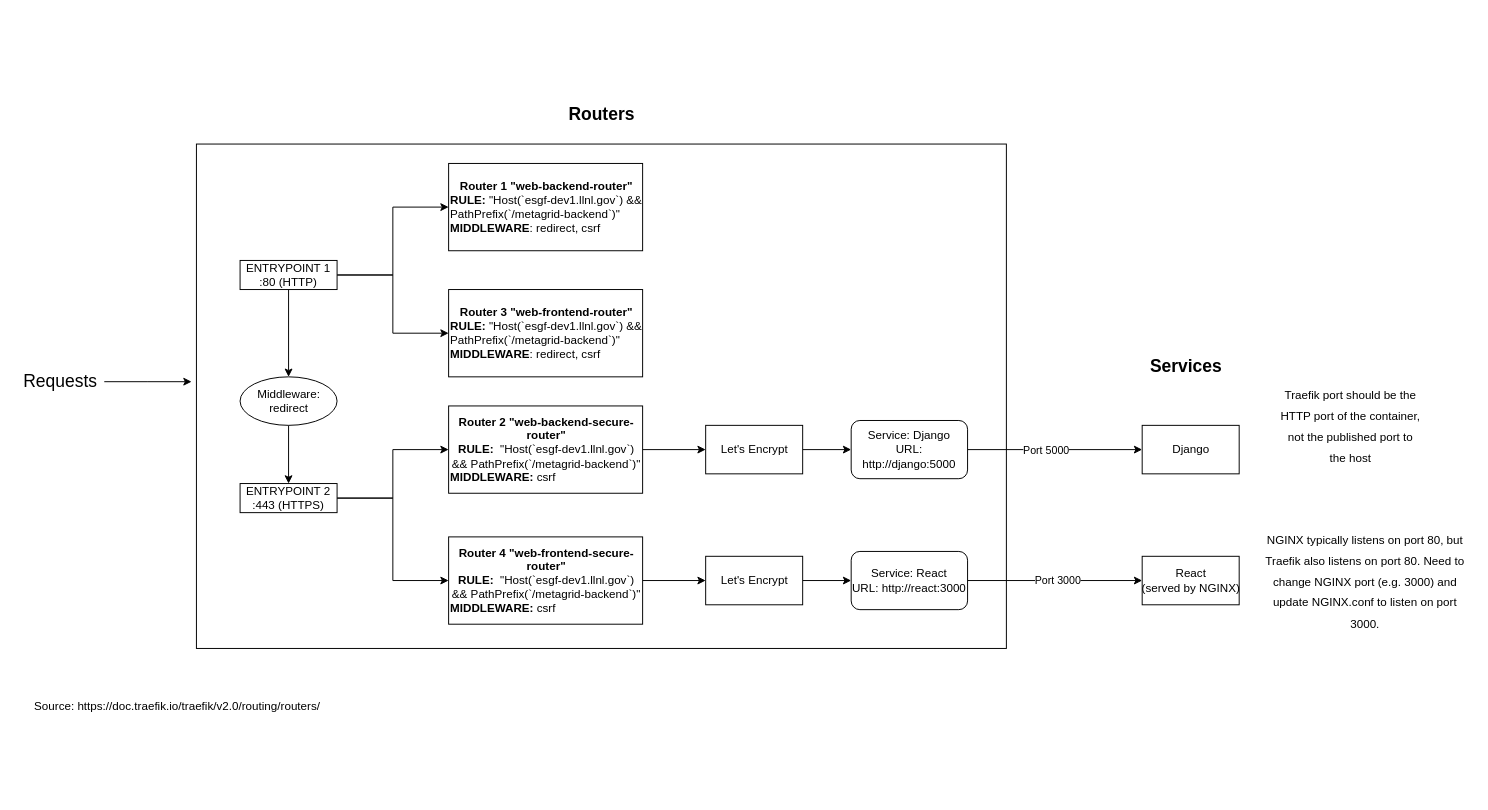
tomvothecoder/drawio keeps this draw.io diagram as MetaGrid/Architecture Diagrams/Traefik Proxy.drawio. Above is the earlier version. Source tidied: cells renumbered, new cells numbered last; positions are measured from the earlier drawing's top-left corner, leaving out a move shared by most shapes. Both pictures are drawn from the tidied source at 97%, with x=0, y=0 at pixel (16, 105).
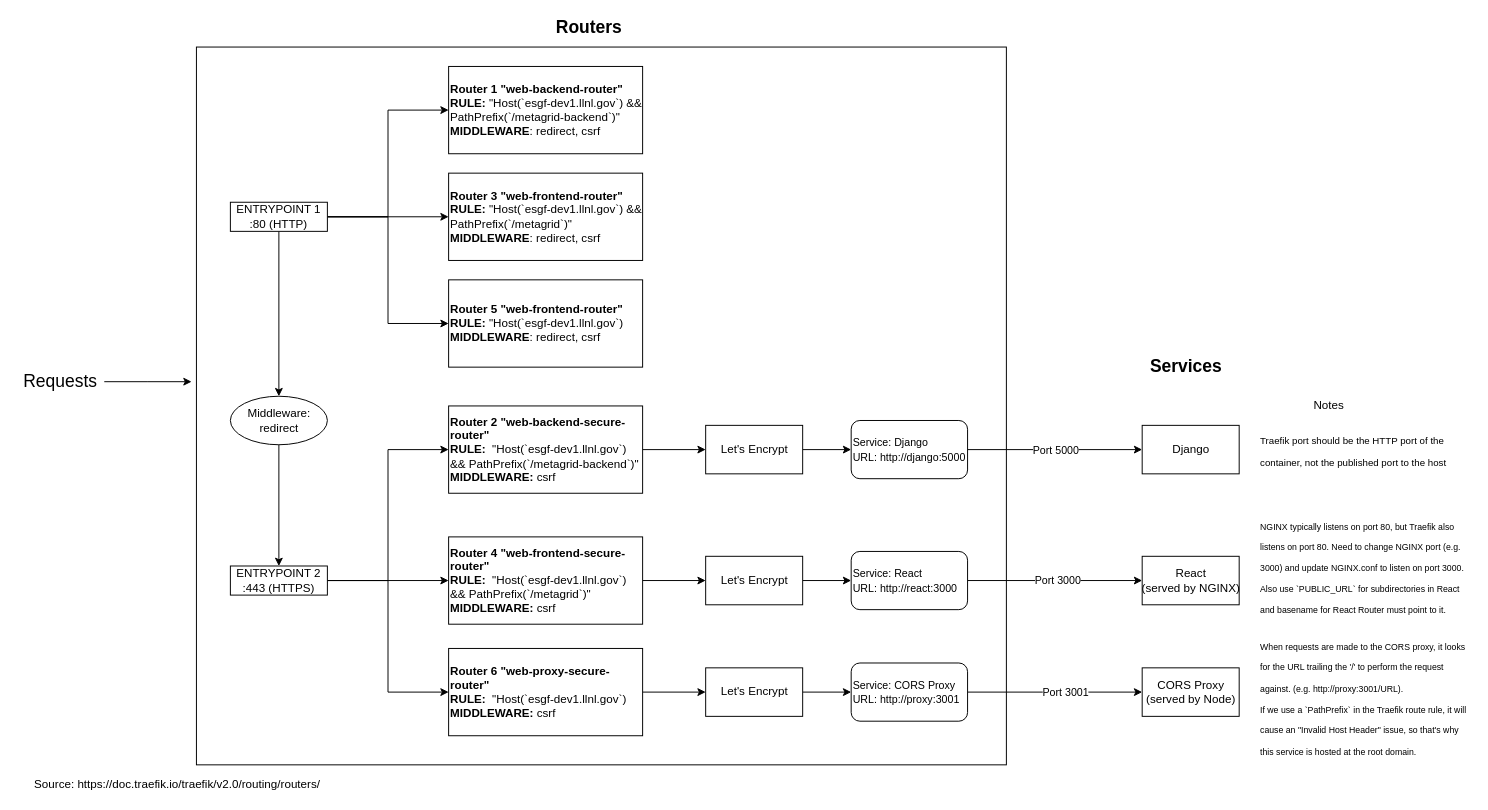
The same diagram, later.

Commit message:
Update Traefik Proxy diagram

Unchanged cells that the change refers to:
```xml
<mxCell id="20" style="edgeStyle=orthogonalEdgeStyle;rounded=0;jettySize=auto;html=1;exitX=1;exitY=0.5;exitDx=0;exitDy=0;" parent="1" edge="1" source="22" target="32">
  <mxGeometry relative="1" as="geometry" />
</mxCell>
```

Diff of the diagram source:
```diff
@@
     <mxCell id="2" style="rounded=0;whiteSpace=wrap;html=1;" parent="1" vertex="1">
-      <mxGeometry x="185" y="40" width="835" height="520" as="geometry" />
+      <mxGeometry x="185" y="-60" width="835" height="740" as="geometry" />
     </mxCell>
     <mxCell id="3" value="Routers" style="text;html=1;strokeColor=none;fillColor=none;align=center;verticalAlign=middle;whiteSpace=wrap;rounded=0;fontStyle=1;fontSize=18;" parent="1" vertex="1">
-      <mxGeometry x="582.5" width="40" height="20" as="geometry" />
+      <mxGeometry x="570" y="-90" width="40" height="20" as="geometry" />
     </mxCell>
@@
     <mxCell id="5" style="edgeStyle=orthogonalEdgeStyle;rounded=0;jettySize=auto;html=1;" parent="1" edge="1" source="7" target="17">
-      <mxGeometry relative="1" as="geometry" />
+      <mxGeometry relative="1" as="geometry">
+        <Array as="points">
+          <mxPoint x="380" y="115" />
+          <mxPoint x="380" y="115" />
+        </Array>
+      </mxGeometry>
     </mxCell>
@@
+    <mxCell id="37" style="edgeStyle=orthogonalEdgeStyle;rounded=0;jettySize=auto;html=1;entryX=0;entryY=0.5;entryDx=0;entryDy=0;" parent="1" edge="1" source="7" target="39">
+      <mxGeometry relative="1" as="geometry" />
+    </mxCell>
     <mxCell id="7" value="ENTRYPOINT 1&lt;br&gt;:80 (HTTP)" style="rounded=0;whiteSpace=wrap;html=1;" parent="1" vertex="1">
-      <mxGeometry x="230" y="160" width="100" height="30" as="geometry" />
+      <mxGeometry x="220" y="100" width="100" height="30" as="geometry" />
     </mxCell>
@@
+    <mxCell id="38" style="edgeStyle=orthogonalEdgeStyle;rounded=0;jettySize=auto;html=1;exitX=1;exitY=0.5;exitDx=0;exitDy=0;entryX=0;entryY=0.5;entryDx=0;entryDy=0;fontSize=12;" parent="1" edge="1" source="10" target="41">
+      <mxGeometry relative="1" as="geometry" />
+    </mxCell>
     <mxCell id="10" value="ENTRYPOINT 2&lt;br&gt;:443 (HTTPS)" style="rounded=0;whiteSpace=wrap;html=1;" parent="1" vertex="1">
-      <mxGeometry x="230" y="390" width="100" height="30" as="geometry" />
+      <mxGeometry x="220" y="475" width="100" height="30" as="geometry" />
     </mxCell>
@@
-    <mxCell id="13" value="&lt;div style=&quot;text-align: center&quot;&gt;&lt;span&gt;&lt;b&gt;Router 1 &quot;web-backend-router&quot;&lt;/b&gt;&lt;/span&gt;&lt;/div&gt;&lt;b&gt;RULE: &lt;/b&gt;&quot;Host(`esgf-dev1.llnl.gov`) &amp;amp;&amp;amp; PathPrefix(`/metagrid-backend`)&quot;&lt;br&gt;&lt;b&gt;MIDDLEWARE&lt;/b&gt;: redirect, csrf" style="rounded=0;whiteSpace=wrap;html=1;align=left;" parent="1" vertex="1">
-      <mxGeometry x="445" y="60" width="200" height="90" as="geometry" />
+    <mxCell id="13" value="&lt;div&gt;&lt;span&gt;&lt;b&gt;Router 1 &quot;web-backend-router&quot;&lt;/b&gt;&lt;/span&gt;&lt;/div&gt;&lt;b&gt;RULE: &lt;/b&gt;&quot;Host(`esgf-dev1.llnl.gov`) &amp;amp;&amp;amp; PathPrefix(`/metagrid-backend`)&quot;&lt;br&gt;&lt;b&gt;MIDDLEWARE&lt;/b&gt;: redirect, csrf" style="rounded=0;whiteSpace=wrap;html=1;align=left;" parent="1" vertex="1">
+      <mxGeometry x="445" y="-40" width="200" height="90" as="geometry" />
     </mxCell>
@@
-    <mxCell id="16" value="&lt;div style=&quot;text-align: center&quot;&gt;&lt;span&gt;&lt;b&gt;Router 2 &quot;web-backend-secure-router&quot;&lt;/b&gt;&lt;/span&gt;&lt;/div&gt;&lt;b&gt;&lt;div style=&quot;text-align: center&quot;&gt;&lt;b&gt;RULE:&amp;nbsp;&lt;/b&gt;&lt;span style=&quot;font-weight: normal&quot;&gt; &quot;Host(`esgf-dev1.llnl.gov`) &amp;amp;&amp;amp; PathPrefix(`/metagrid-backend`)&quot;&lt;/span&gt;&lt;/div&gt;&lt;/b&gt;&lt;b&gt;MIDDLEWARE:&lt;/b&gt; csrf" style="rounded=0;whiteSpace=wrap;html=1;align=left;" parent="1" vertex="1">
+    <mxCell id="16" value="&lt;div&gt;&lt;span&gt;&lt;b&gt;Router 2 &quot;web-backend-secure-router&quot;&lt;/b&gt;&lt;/span&gt;&lt;/div&gt;&lt;b&gt;&lt;div&gt;&lt;b&gt;RULE:&amp;nbsp;&lt;/b&gt;&lt;span style=&quot;font-weight: normal&quot;&gt; &quot;Host(`esgf-dev1.llnl.gov`) &amp;amp;&amp;amp; PathPrefix(`/metagrid-backend`)&quot;&lt;/span&gt;&lt;/div&gt;&lt;/b&gt;&lt;b&gt;MIDDLEWARE:&lt;/b&gt; csrf" style="rounded=0;whiteSpace=wrap;html=1;align=left;" parent="1" vertex="1">
       <mxGeometry x="445" y="310" width="200" height="90" as="geometry" />
     </mxCell>
-    <mxCell id="17" value="&lt;div style=&quot;text-align: center&quot;&gt;&lt;span&gt;&lt;b&gt;Router 3 &quot;web-frontend-router&quot;&lt;/b&gt;&lt;/span&gt;&lt;/div&gt;&lt;b&gt;RULE: &lt;/b&gt;&quot;Host(`esgf-dev1.llnl.gov`) &amp;amp;&amp;amp; PathPrefix(`/metagrid-backend`)&quot;&lt;br&gt;&lt;b&gt;MIDDLEWARE&lt;/b&gt;: redirect, csrf" style="rounded=0;whiteSpace=wrap;html=1;align=left;" parent="1" vertex="1">
-      <mxGeometry x="445" y="190" width="200" height="90" as="geometry" />
+    <mxCell id="17" value="&lt;div&gt;&lt;span&gt;&lt;b&gt;Router 3 &quot;web-frontend-router&quot;&lt;/b&gt;&lt;/span&gt;&lt;/div&gt;&lt;b&gt;RULE: &lt;/b&gt;&quot;Host(`esgf-dev1.llnl.gov`) &amp;amp;&amp;amp; PathPrefix(`/metagrid`)&quot;&lt;br&gt;&lt;b&gt;MIDDLEWARE&lt;/b&gt;: redirect, csrf" style="rounded=0;whiteSpace=wrap;html=1;align=left;" parent="1" vertex="1">
+      <mxGeometry x="445" y="70" width="200" height="90" as="geometry" />
     </mxCell>
@@
-    <mxCell id="19" value="&lt;div style=&quot;text-align: center&quot;&gt;&lt;span&gt;&lt;b&gt;Router 4 &quot;web-frontend-secure-router&quot;&lt;/b&gt;&lt;/span&gt;&lt;/div&gt;&lt;b&gt;&lt;div style=&quot;text-align: center&quot;&gt;&lt;b&gt;RULE:&amp;nbsp;&lt;/b&gt;&lt;span style=&quot;font-weight: normal&quot;&gt; &quot;Host(`esgf-dev1.llnl.gov`) &amp;amp;&amp;amp; PathPrefix(`/metagrid-backend`)&quot;&lt;/span&gt;&lt;/div&gt;&lt;/b&gt;&lt;b&gt;MIDDLEWARE:&lt;/b&gt; csrf" style="rounded=0;whiteSpace=wrap;html=1;align=left;" parent="1" vertex="1">
+    <mxCell id="19" value="&lt;div&gt;&lt;span&gt;&lt;b&gt;Router 4 &quot;web-frontend-secure-router&quot;&lt;/b&gt;&lt;/span&gt;&lt;/div&gt;&lt;b&gt;&lt;div&gt;&lt;b&gt;RULE:&amp;nbsp;&lt;/b&gt;&lt;span style=&quot;font-weight: normal&quot;&gt; &quot;Host(`esgf-dev1.llnl.gov`) &amp;amp;&amp;amp; PathPrefix(`/metagrid`)&quot;&lt;/span&gt;&lt;/div&gt;&lt;/b&gt;&lt;b&gt;MIDDLEWARE:&lt;/b&gt; csrf" style="rounded=0;whiteSpace=wrap;html=1;align=left;" parent="1" vertex="1">
       <mxGeometry x="445" y="445" width="200" height="90" as="geometry" />
     </mxCell>
@@
     <mxCell id="21" value="Port 5000" style="edgeLabel;html=1;align=center;verticalAlign=middle;" parent="20" vertex="1">
       <mxGeometry x="-0.26" y="-4" relative="1" as="geometry">
-        <mxPoint x="13" y="-4" as="offset" />
+        <mxPoint x="23.1" y="-4" as="offset" />
       </mxGeometry>
     </mxCell>
-    <mxCell id="22" value="Service: Django&lt;br&gt;URL: http://django:5000" style="rounded=1;whiteSpace=wrap;html=1;align=center;" parent="1" vertex="1">
+    <mxCell id="22" value="&lt;font style=&quot;font-size: 11px&quot;&gt;Service: Django&lt;br&gt;URL: http://django:5000&lt;/font&gt;" style="rounded=1;whiteSpace=wrap;html=1;align=left;" parent="1" vertex="1">
       <mxGeometry x="860" y="325" width="120" height="60" as="geometry" />
     </mxCell>
@@
-    <mxCell id="25" value="Service: React&lt;br&gt;URL: http://react:3000" style="rounded=1;whiteSpace=wrap;html=1;align=center;" parent="1" vertex="1">
+    <mxCell id="25" value="&lt;font style=&quot;font-size: 11px&quot;&gt;Service: React&lt;br&gt;URL: http://react:3000&lt;/font&gt;" style="rounded=1;whiteSpace=wrap;html=1;align=left;" parent="1" vertex="1">
       <mxGeometry x="860" y="460" width="120" height="60" as="geometry" />
     </mxCell>
@@
     <mxCell id="27" value="Middleware: &lt;br&gt;redirect" style="shape=ellipse;html=1;dashed=0;whitespace=wrap;perimeter=ellipsePerimeter;align=center;" parent="1" vertex="1">
-      <mxGeometry x="230" y="280" width="100" height="50" as="geometry" />
+      <mxGeometry x="220" y="300" width="100" height="50" as="geometry" />
     </mxCell>
@@
-    <mxCell id="34" value="&lt;font style=&quot;font-size: 12px&quot;&gt;Traefik port should be the HTTP port of the container, not the published port to the host&lt;/font&gt;" style="text;html=1;strokeColor=none;fillColor=none;align=center;verticalAlign=middle;whiteSpace=wrap;rounded=0;fontSize=18;" parent="1" vertex="1">
-      <mxGeometry x="1300" y="290" width="150" height="80" as="geometry" />
+    <mxCell id="34" value="&lt;font style=&quot;font-size: 10px&quot;&gt;Traefik port should be the HTTP port of the container, not the published port to the host&lt;/font&gt;" style="text;html=1;strokeColor=none;fillColor=none;align=left;verticalAlign=middle;whiteSpace=wrap;rounded=0;fontSize=18;" parent="1" vertex="1">
+      <mxGeometry x="1280" y="315" width="210" height="80" as="geometry" />
     </mxCell>
-    <mxCell id="35" value="&lt;font style=&quot;font-size: 12px&quot;&gt;NGINX typically listens on port 80, but Traefik also listens on port 80. Need to change NGINX port (e.g. 3000) and update NGINX.conf to listen on port 3000.&lt;/font&gt;" style="text;html=1;strokeColor=none;fillColor=none;align=center;verticalAlign=middle;whiteSpace=wrap;rounded=0;fontSize=18;" parent="1" vertex="1">
-      <mxGeometry x="1280" y="450" width="220" height="80" as="geometry" />
+    <mxCell id="35" value="&lt;font style=&quot;font-size: 9px&quot;&gt;NGINX typically listens on port 80, but Traefik also listens on port 80. Need to change NGINX port (e.g. 3000) and update NGINX.conf to listen on port 3000.&lt;br&gt;Also use `PUBLIC_URL` for subdirectories in React and basename for React Router must point to it.&lt;br&gt;&lt;/font&gt;" style="text;html=1;strokeColor=none;fillColor=none;align=left;verticalAlign=middle;whiteSpace=wrap;rounded=0;fontSize=18;" parent="1" vertex="1">
+      <mxGeometry x="1280" y="435" width="220" height="80" as="geometry" />
     </mxCell>
     <mxCell id="36" value="Source:&amp;nbsp;https://doc.traefik.io/traefik/v2.0/routing/routers/" style="text;html=1;align=center;verticalAlign=middle;" parent="1" vertex="1">
-      <mxGeometry x="10" y="610" width="310" height="20" as="geometry" />
+      <mxGeometry x="10" y="690" width="310" height="20" as="geometry" />
     </mxCell>
+    <mxCell id="39" value="&lt;div&gt;&lt;span&gt;&lt;b&gt;Router 5 &quot;web-frontend-router&quot;&lt;/b&gt;&lt;/span&gt;&lt;/div&gt;&lt;b&gt;RULE: &lt;/b&gt;&quot;Host(`esgf-dev1.llnl.gov`)&amp;nbsp;&lt;br&gt;&lt;b&gt;MIDDLEWARE&lt;/b&gt;: redirect, csrf" style="rounded=0;whiteSpace=wrap;html=1;align=left;" parent="1" vertex="1">
+      <mxGeometry x="445" y="180" width="200" height="90" as="geometry" />
+    </mxCell>
+    <mxCell id="40" style="edgeStyle=orthogonalEdgeStyle;rounded=0;jettySize=auto;html=1;exitX=1;exitY=0.5;exitDx=0;exitDy=0;" parent="1" edge="1" source="41" target="46">
+      <mxGeometry relative="1" as="geometry" />
+    </mxCell>
+    <mxCell id="41" value="&lt;div&gt;&lt;span&gt;&lt;b&gt;Router 6 &quot;web-proxy-secure-router&quot;&lt;/b&gt;&lt;/span&gt;&lt;/div&gt;&lt;b&gt;&lt;div&gt;&lt;b&gt;RULE:&amp;nbsp;&lt;/b&gt;&lt;span style=&quot;font-weight: normal&quot;&gt; &quot;Host(`esgf-dev1.llnl.gov`)&lt;/span&gt;&lt;/div&gt;&lt;/b&gt;&lt;b&gt;MIDDLEWARE:&lt;/b&gt; csrf" style="rounded=0;whiteSpace=wrap;html=1;align=left;" parent="1" vertex="1">
+      <mxGeometry x="445" y="560" width="200" height="90" as="geometry" />
+    </mxCell>
+    <mxCell id="42" style="edgeStyle=orthogonalEdgeStyle;rounded=0;jettySize=auto;html=1;" parent="1" edge="1" source="44" target="47">
+      <mxGeometry relative="1" as="geometry" />
+    </mxCell>
+    <mxCell id="43" value="&lt;font style=&quot;font-size: 11px&quot;&gt;Port 3001&lt;/font&gt;" style="edgeLabel;html=1;align=center;verticalAlign=middle;fontSize=12;" parent="42" vertex="1">
+      <mxGeometry x="-0.05" y="-1" relative="1" as="geometry">
+        <mxPoint x="14.3" y="-1" as="offset" />
+      </mxGeometry>
+    </mxCell>
+    <mxCell id="44" value="&lt;font style=&quot;font-size: 11px&quot;&gt;Service: CORS Proxy&lt;br&gt;URL: http://proxy:3001&lt;/font&gt;" style="rounded=1;whiteSpace=wrap;html=1;align=left;" parent="1" vertex="1">
+      <mxGeometry x="860" y="575" width="120" height="60" as="geometry" />
+    </mxCell>
+    <mxCell id="45" style="edgeStyle=orthogonalEdgeStyle;rounded=0;jettySize=auto;html=1;entryX=0;entryY=0.5;entryDx=0;entryDy=0;" parent="1" edge="1" source="46" target="44">
+      <mxGeometry relative="1" as="geometry" />
+    </mxCell>
+    <mxCell id="46" value="Let's Encrypt" style="html=1;dashed=0;whitespace=wrap;align=center;" parent="1" vertex="1">
+      <mxGeometry x="710" y="580" width="100" height="50" as="geometry" />
+    </mxCell>
+    <mxCell id="47" value="CORS Proxy&lt;br&gt;(served by Node)" style="html=1;dashed=0;whitespace=wrap;align=center;" parent="1" vertex="1">
+      <mxGeometry x="1160" y="580" width="100" height="50" as="geometry" />
+    </mxCell>
+    <mxCell id="48" value="Notes" style="text;html=1;strokeColor=none;fillColor=none;align=left;verticalAlign=middle;whiteSpace=wrap;rounded=0;fontStyle=0;fontSize=12;" parent="1" vertex="1">
+      <mxGeometry x="1335" y="300" width="91.2" height="20" as="geometry" />
+    </mxCell>
+    <mxCell id="49" value="&lt;font style=&quot;font-size: 9px&quot;&gt;When requests are made to the CORS proxy, it looks for the URL trailing the '/' to perform the request against. (e.g. http://proxy:3001/URL).&lt;br&gt;If we use a `PathPrefix` in the Traefik route rule, it will cause an &quot;Invalid Host Header&quot; issue, so that's why this service is hosted at the root domain.&lt;br&gt;&lt;/font&gt;" style="text;html=1;strokeColor=none;fillColor=none;align=left;verticalAlign=middle;whiteSpace=wrap;rounded=0;fontSize=18;" parent="1" vertex="1">
+      <mxGeometry x="1280" y="570" width="220" height="80" as="geometry" />
+    </mxCell>
```
